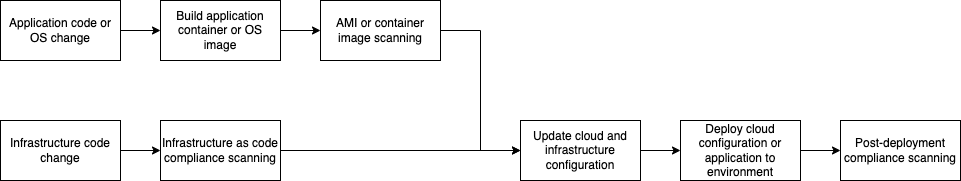
Above: DevSecOpsPipline.png in JiamingKe/AWS-Cloud-Architect-Coursework3 (draw.io), before the change. Source tidied: cells renumbered, new cells last; positions are measured from the earlier drawing's top-left corner, leaving out a move shared by most shapes. Its diagram source:
```xml
<mxGraphModel>
  <root>
    <mxCell id="0" />
    <mxCell id="1" parent="0" />
    <mxCell id="2" style="edgeStyle=orthogonalEdgeStyle;rounded=0;jettySize=auto;html=1;" parent="1" edge="1" source="3" target="7">
      <mxGeometry relative="1" as="geometry" />
    </mxCell>
    <mxCell id="3" value="Application code or OS change" style="rounded=0;whiteSpace=wrap;html=1;" parent="1" vertex="1">
      <mxGeometry width="120" height="60" as="geometry" />
    </mxCell>
    <mxCell id="4" style="edgeStyle=orthogonalEdgeStyle;rounded=0;jettySize=auto;html=1;" parent="1" edge="1" source="5" target="13">
      <mxGeometry relative="1" as="geometry" />
    </mxCell>
    <mxCell id="5" value="Infrastructure code change&lt;span style=&quot;color: rgba(0, 0, 0, 0); font-family: monospace; font-size: 0px; text-align: start;&quot;&gt;%3CmxGraphModel%3E%3Croot%3E%3CmxCell%20id%3D%220%22%2F%3E%3CmxCell%20id%3D%221%22%20parent%3D%220%22%2F%3E%3CmxCell%20id%3D%222%22%20value%3D%22Application%20code%20or%20OS%20change%22%20style%3D%22rounded%3D0%3BwhiteSpace%3Dwrap%3Bhtml%3D1%3B%22%20vertex%3D%221%22%20parent%3D%221%22%3E%3CmxGeometry%20x%3D%22160%22%20y%3D%22320%22%20width%3D%22120%22%20height%3D%2260%22%20as%3D%22geometry%22%2F%3E%3C%2FmxCell%3E%3C%2Froot%3E%3C%2FmxGraphModel%3E&lt;/span&gt;" style="rounded=0;whiteSpace=wrap;html=1;" parent="1" vertex="1">
      <mxGeometry y="120" width="120" height="60" as="geometry" />
    </mxCell>
    <mxCell id="6" style="edgeStyle=orthogonalEdgeStyle;rounded=0;jettySize=auto;html=1;" parent="1" edge="1" source="7" target="15">
      <mxGeometry relative="1" as="geometry" />
    </mxCell>
    <mxCell id="7" value="Build application container or OS image" style="rounded=0;whiteSpace=wrap;html=1;" parent="1" vertex="1">
      <mxGeometry x="160" width="120" height="60" as="geometry" />
    </mxCell>
    <mxCell id="8" style="edgeStyle=orthogonalEdgeStyle;rounded=0;jettySize=auto;html=1;exitX=1;exitY=0.5;exitDx=0;exitDy=0;entryX=0;entryY=0.5;entryDx=0;entryDy=0;" parent="1" edge="1" source="9" target="11">
      <mxGeometry relative="1" as="geometry" />
    </mxCell>
    <mxCell id="9" value="Update cloud and infrastructure configuration" style="rounded=0;whiteSpace=wrap;html=1;" parent="1" vertex="1">
      <mxGeometry x="520" y="120" width="120" height="60" as="geometry" />
    </mxCell>
    <mxCell id="10" style="edgeStyle=orthogonalEdgeStyle;rounded=0;jettySize=auto;html=1;exitX=1;exitY=0.5;exitDx=0;exitDy=0;entryX=0;entryY=0.5;entryDx=0;entryDy=0;" parent="1" edge="1" source="11" target="16">
      <mxGeometry relative="1" as="geometry" />
    </mxCell>
    <mxCell id="11" value="Deploy cloud configuration or application to environment" style="rounded=0;whiteSpace=wrap;html=1;" parent="1" vertex="1">
      <mxGeometry x="680" y="120" width="120" height="60" as="geometry" />
    </mxCell>
    <mxCell id="12" style="edgeStyle=orthogonalEdgeStyle;rounded=0;jettySize=auto;html=1;exitX=1;exitY=0.5;exitDx=0;exitDy=0;entryX=0;entryY=0.5;entryDx=0;entryDy=0;" parent="1" edge="1" source="13" target="9">
      <mxGeometry relative="1" as="geometry" />
    </mxCell>
    <mxCell id="13" value="Infrastructure as code compliance scanning" style="rounded=0;whiteSpace=wrap;html=1;" parent="1" vertex="1">
      <mxGeometry x="160" y="120" width="120" height="60" as="geometry" />
    </mxCell>
    <mxCell id="14" style="edgeStyle=orthogonalEdgeStyle;rounded=0;jettySize=auto;html=1;exitX=1;exitY=0.5;exitDx=0;exitDy=0;entryX=0;entryY=0.5;entryDx=0;entryDy=0;" parent="1" edge="1" source="15" target="9">
      <mxGeometry relative="1" as="geometry" />
    </mxCell>
    <mxCell id="15" value="AMI or container image scanning" style="rounded=0;whiteSpace=wrap;html=1;" parent="1" vertex="1">
      <mxGeometry x="320" width="120" height="60" as="geometry" />
    </mxCell>
    <mxCell id="16" value="Post-deployment compliance scanning" style="rounded=0;whiteSpace=wrap;html=1;" parent="1" vertex="1">
      <mxGeometry x="840" y="120" width="120" height="60" as="geometry" />
    </mxCell>
  </root>
</mxGraphModel>
```
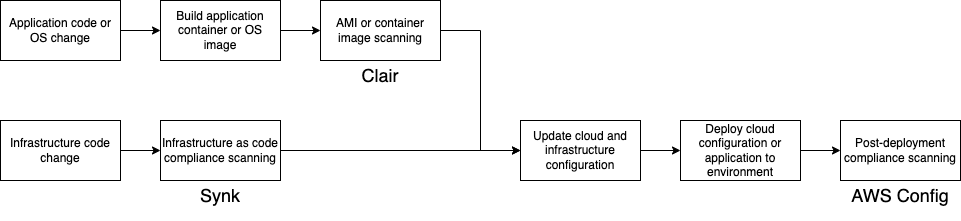
Later version of the same file.

The edit, as a diff of the source:
```diff
@@ -47,5 +47,14 @@
     <mxCell id="16" value="Post-deployment compliance scanning" style="rounded=0;whiteSpace=wrap;html=1;" parent="1" vertex="1">
       <mxGeometry x="840" y="120" width="120" height="60" as="geometry" />
     </mxCell>
+    <mxCell id="17" value="&lt;font style=&quot;font-size: 18px;&quot;&gt;Synk&lt;/font&gt;" style="text;html=1;strokeColor=none;fillColor=none;align=center;verticalAlign=middle;whiteSpace=wrap;rounded=0;" parent="1" vertex="1">
+      <mxGeometry x="175" y="170" width="90" height="50" as="geometry" />
+    </mxCell>
+    <mxCell id="18" value="&lt;font style=&quot;font-size: 18px;&quot;&gt;Clair&lt;/font&gt;" style="text;html=1;strokeColor=none;fillColor=none;align=center;verticalAlign=middle;whiteSpace=wrap;rounded=0;" parent="1" vertex="1">
+      <mxGeometry x="335" y="50" width="90" height="50" as="geometry" />
+    </mxCell>
+    <mxCell id="19" value="&lt;font style=&quot;font-size: 18px;&quot;&gt;AWS Config&lt;/font&gt;" style="text;html=1;strokeColor=none;fillColor=none;align=center;verticalAlign=middle;whiteSpace=wrap;rounded=0;" parent="1" vertex="1">
+      <mxGeometry x="840" y="170" width="120" height="50" as="geometry" />
+    </mxCell>
   </root>
 </mxGraphModel>
```
